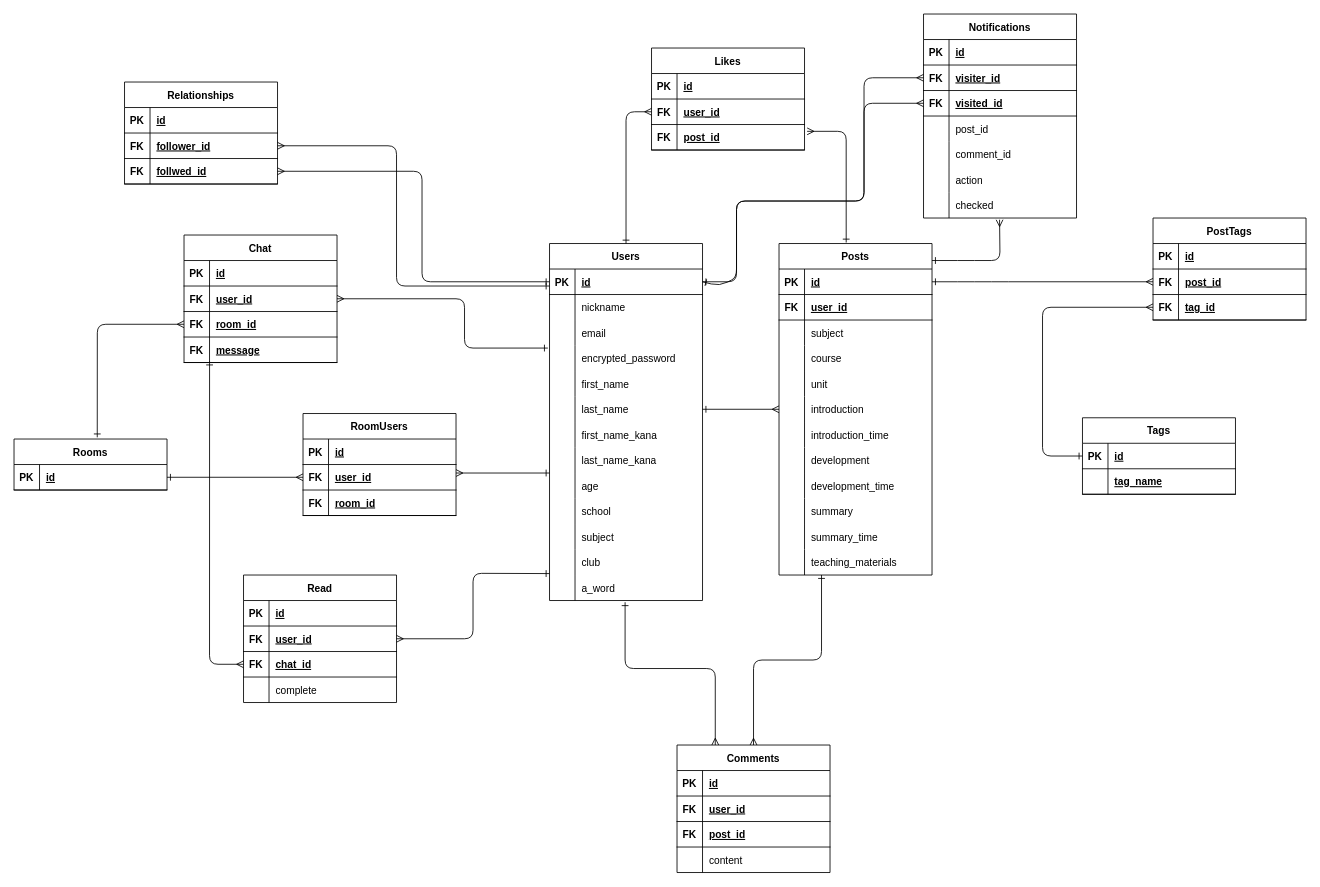
Before: kyoyu.dio in honda-gentuki/kyoyu, a draw.io diagram. Source tidied: cells renumbered, new cells numbered last; positions are measured from the earlier drawing's top-left corner, leaving out a move shared by most shapes. Both pictures are drawn from the tidied source at 85%, with x=0, y=0 at pixel (14, 14).
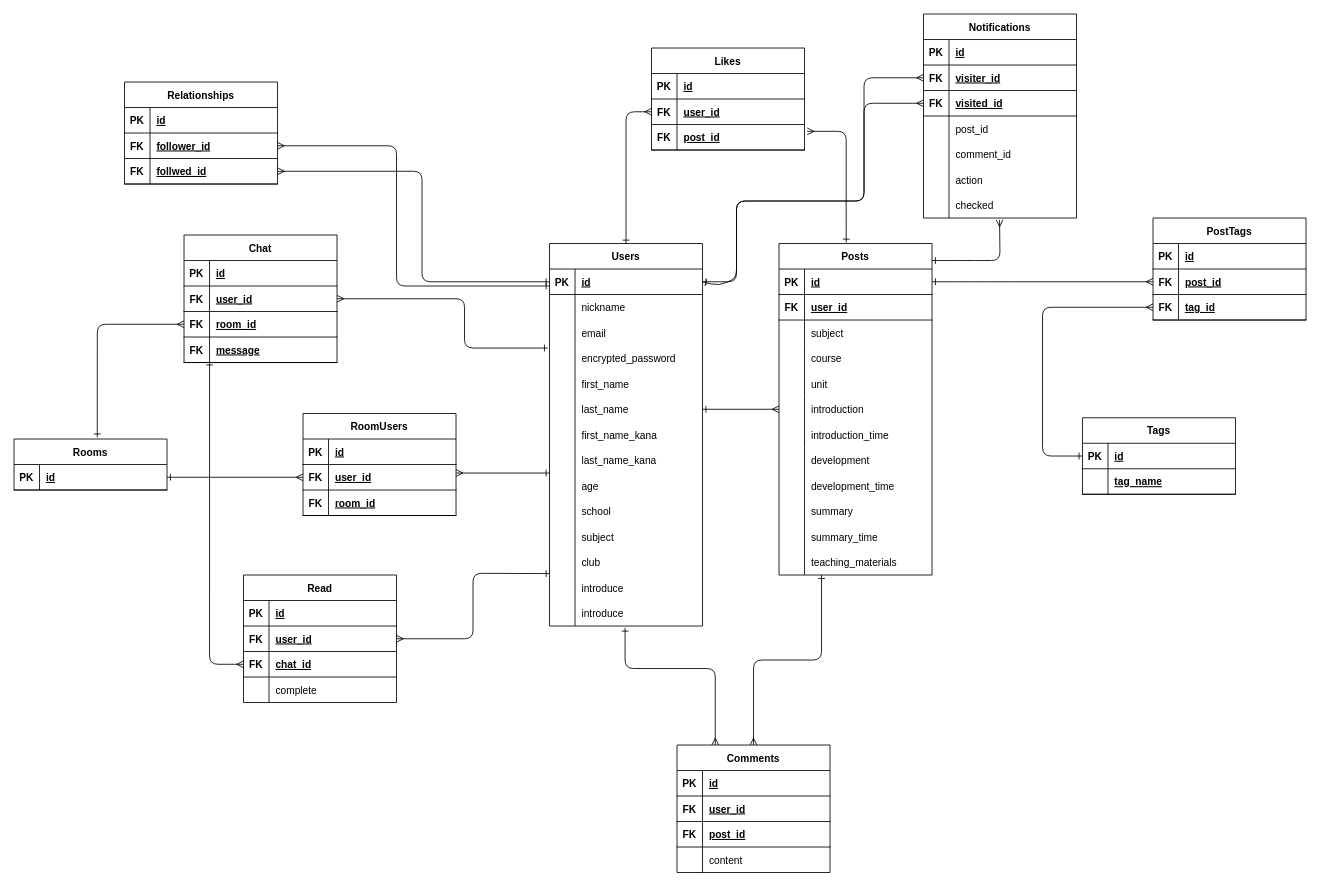
The same diagram, later.

The edit, as a diff of the source:
```diff
@@
     <mxCell id="2" value="Users" style="shape=table;startSize=30;childLayout=tableLayout;rowLines=0;fontStyle=1;align=center;" parent="1" vertex="1">
-      <mxGeometry x="630" y="270" width="180" height="420" as="geometry" />
+      <mxGeometry x="630" y="270" width="180" height="450" as="geometry" />
     </mxCell>
@@
+    <mxCell id="209" style="shape=partialRectangle;fillColor=none;top=0;left=0;bottom=0;right=0;" parent="2" vertex="1">
+      <mxGeometry y="390" width="180" height="30" as="geometry" />
+    </mxCell>
+    <mxCell id="210" style="shape=partialRectangle;fillColor=none;top=0;left=0;bottom=0;right=0;overflow=hidden;" parent="209" vertex="1">
+      <mxGeometry width="30" height="30" as="geometry" />
+    </mxCell>
+    <mxCell id="211" value="introduce" style="shape=partialRectangle;fillColor=none;top=0;left=0;bottom=0;right=0;align=left;spacingLeft=6;overflow=hidden;" parent="209" vertex="1">
+      <mxGeometry x="30" width="150" height="30" as="geometry" />
+    </mxCell>
     <mxCell id="39" style="shape=partialRectangle;fillColor=none;top=0;left=0;bottom=0;right=0;points=[[0,0.5],[1,0.5]];portConstraint=eastwest;" parent="2" vertex="1">
-      <mxGeometry y="390" width="180" height="30" as="geometry" />
+      <mxGeometry y="420" width="180" height="30" as="geometry" />
     </mxCell>
@@
-    <mxCell id="41" value="a_word" style="shape=partialRectangle;fillColor=none;top=0;left=0;bottom=0;right=0;align=left;spacingLeft=6;overflow=hidden;" parent="39" vertex="1">
+    <mxCell id="41" value="introduce" style="shape=partialRectangle;fillColor=none;top=0;left=0;bottom=0;right=0;align=left;spacingLeft=6;overflow=hidden;" parent="39" vertex="1">
       <mxGeometry x="30" width="150" height="30" as="geometry" />
     </mxCell>
```
